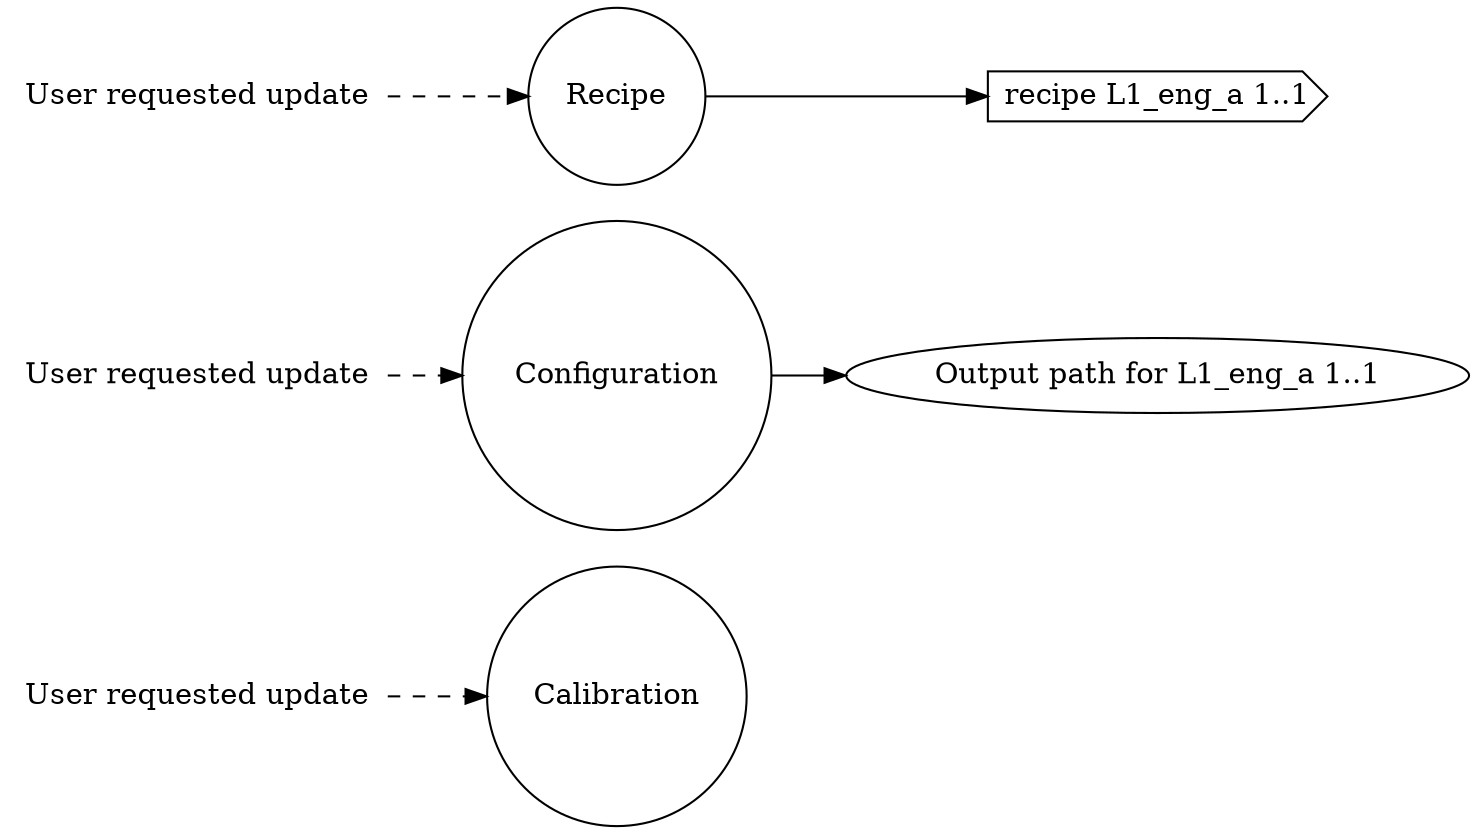
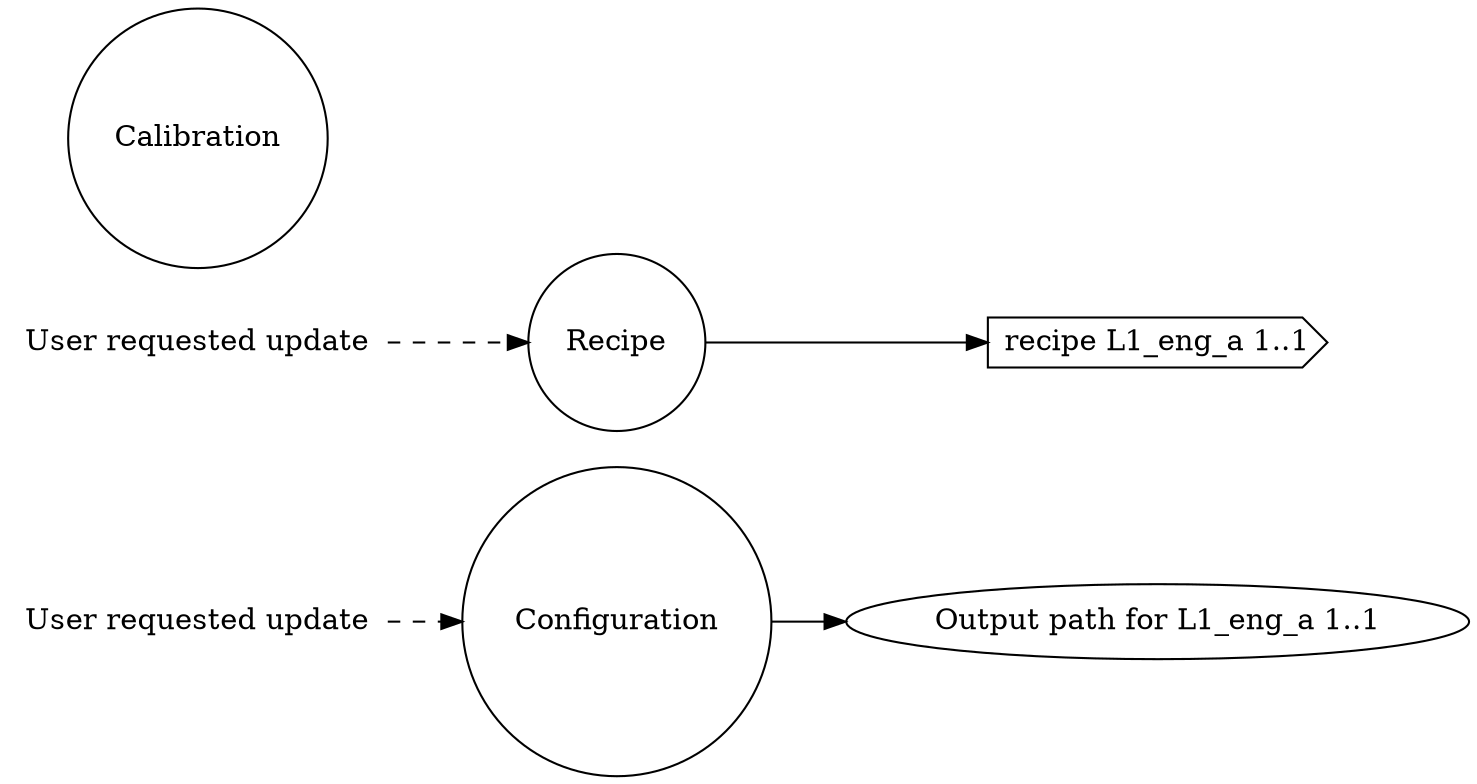
/* why separate channels and how are they tied back together
*
* The magic happens from clerks.dot. It contains the same clerks but with dawgie
* information tied to the nodes. Since they are all named the same among these
* channlized files and clerks.dot, the dip.basis.transmute distills then
* condenses them into a hidden monolithic concept if they have dawgie
* information associated with them. That is the real magic.
*/
digraph PupilClerks
{
  graph [splines="ortho", rankdir=LR];

-   alarm_cal [label="User requested update", shape="none"];
  alarm_cnf [label="User requested update", shape="none"];
  alarm_rec [label="User requested update", shape="none"];

  calib [label="Calibration", shape="circle"];
  config [label="Configuration", shape="circle"];
  recipe [label="Recipe", shape="circle"];

  l1_cal_pupil_odir [label="Output path for L1_eng_a 1..1", shape="ellipse",
                     valname="clerk.configuration.l1_cal_pupil.outdir",
                     valtype="dip.base.Configuration"];
  l1_cal_pupil_rec [label="recipe L1_eng_a 1..1", shape="cds",
                    valname="clerk.recipe.l1_cal_pupil.recipe",
                    valtype="dip.base.Recipe"];

-   alarm_cal -> calib [style="dashed"];
  alarm_cnf -> config [style="dashed"];
  alarm_rec -> recipe [style="dashed"];

  config -> l1_cal_pupil_odir;
  recipe -> l1_cal_pupil_rec;
}
